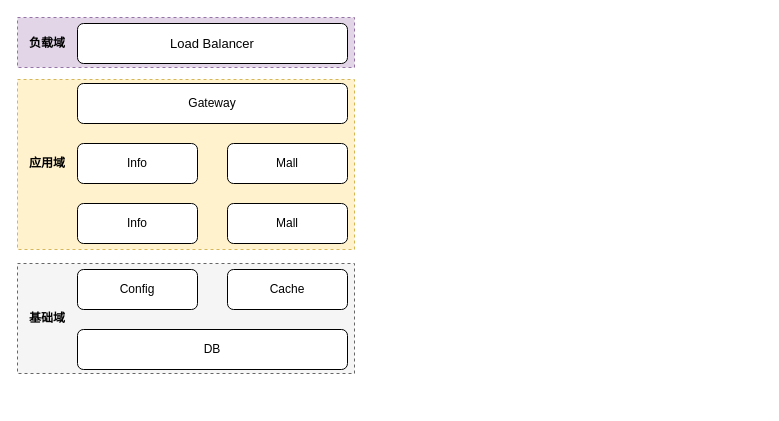
trey03/draw keeps this draw.io diagram as 部署逻辑.drawio. Above is the earlier version. Source tidied: cells renumbered, new cells numbered last; positions are measured from the earlier drawing's top-left corner, leaving out a move shared by most shapes. Both pictures are drawn from the tidied source at 100%, with x=0, y=0 at pixel (17, 17).
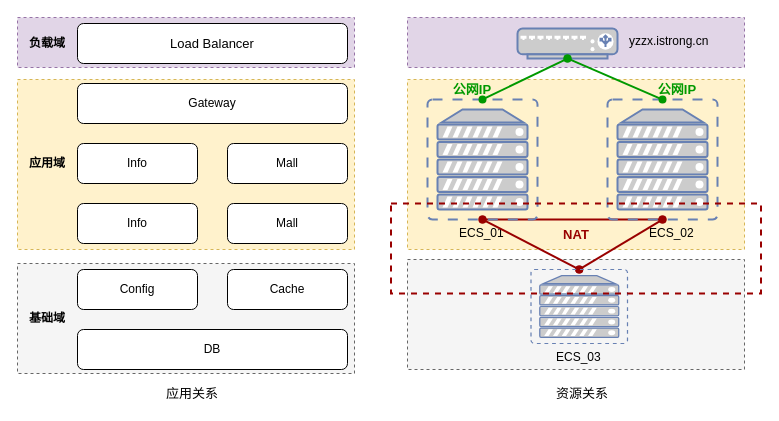
After the change.

Commit message:
更新部署逻辑.drawio

Diff of the diagram source:
```diff
@@
+    <mxCell id="17" style="rounded=0;whiteSpace=wrap;html=1;dashed=1;fillColor=#e1d5e7;strokeColor=#9673a6;" parent="1" vertex="1">
+      <mxGeometry x="390" width="337" height="50" as="geometry" />
+    </mxCell>
+    <mxCell id="18" style="rounded=0;whiteSpace=wrap;html=1;dashed=1;fillColor=#fff2cc;strokeColor=#d6b656;" parent="1" vertex="1">
+      <mxGeometry x="390" y="62" width="337" height="170" as="geometry" />
+    </mxCell>
+    <mxCell id="19" value="&lt;span style=&quot;font-family: Helvetica; font-size: 12px; font-style: normal; font-variant-ligatures: normal; font-variant-caps: normal; font-weight: 400; letter-spacing: normal; orphans: 2; text-align: center; text-indent: 0px; text-transform: none; widows: 2; word-spacing: 0px; -webkit-text-stroke-width: 0px; text-decoration-style: initial; text-decoration-color: initial; float: none; display: inline !important;&quot;&gt;yzzx.istrong.cn&lt;/span&gt;" style="text;whiteSpace=wrap;html=1;" parent="1" vertex="1">
+      <mxGeometry x="610" y="10" width="100" height="30" as="geometry" />
+    </mxCell>
+    <mxCell id="20" style="fontColor=#0066CC;verticalAlign=top;verticalLabelPosition=bottom;labelPosition=center;align=center;html=1;outlineConnect=0;fillColor=#CCCCCC;strokeColor=#6881B3;gradientColor=none;gradientDirection=north;strokeWidth=2;shape=mxgraph.networks.load_balancer;" parent="1" vertex="1">
+      <mxGeometry x="500" y="11" width="100" height="30" as="geometry" />
+    </mxCell>
+    <mxCell id="21" value="&lt;span style=&quot;font-family: &amp;#34;helvetica&amp;#34; ; font-size: 12px ; font-style: normal ; font-weight: 400 ; letter-spacing: normal ; text-align: center ; text-indent: 0px ; text-transform: none ; word-spacing: 0px ; float: none ; display: inline&quot;&gt;ECS_01&lt;/span&gt;" style="text;whiteSpace=wrap;html=1;" parent="1" vertex="1">
+      <mxGeometry x="440" y="202" width="50" height="30" as="geometry" />
+    </mxCell>
+    <mxCell id="22" value="&lt;span style=&quot;font-family: &amp;#34;helvetica&amp;#34; ; font-size: 12px ; font-style: normal ; font-weight: 400 ; letter-spacing: normal ; text-align: center ; text-indent: 0px ; text-transform: none ; word-spacing: 0px ; float: none ; display: inline&quot;&gt;ECS_02&lt;/span&gt;" style="text;whiteSpace=wrap;html=1;" parent="1" vertex="1">
+      <mxGeometry x="630" y="202" width="50" height="30" as="geometry" />
+    </mxCell>
+    <mxCell id="23" style="rounded=0;whiteSpace=wrap;html=1;dashed=1;fillColor=#f5f5f5;strokeColor=#666666;fontColor=#333333;" parent="1" vertex="1">
+      <mxGeometry x="390" y="242" width="337" height="110" as="geometry" />
+    </mxCell>
+    <mxCell id="24" style="edgeStyle=none;rounded=0;jettySize=auto;html=1;exitX=0.5;exitY=1;exitDx=0;exitDy=0;exitPerimeter=0;entryX=0.5;entryY=0;entryDx=0;entryDy=0;entryPerimeter=0;startArrow=oval;startFill=1;endArrow=oval;endFill=1;strokeColor=#990000;strokeWidth=2;fontSize=13;fontColor=#990000;" parent="1" edge="1" source="26" target="29">
+      <mxGeometry relative="1" as="geometry" />
+    </mxCell>
+    <mxCell id="25" style="edgeStyle=none;rounded=0;jettySize=auto;html=1;exitX=0.5;exitY=1;exitDx=0;exitDy=0;exitPerimeter=0;entryX=0.5;entryY=1;entryDx=0;entryDy=0;entryPerimeter=0;startArrow=oval;startFill=1;endArrow=oval;endFill=1;strokeColor=#990000;strokeWidth=2;fontSize=13;fontColor=#990000;" parent="1" edge="1" source="26" target="28">
+      <mxGeometry relative="1" as="geometry" />
+    </mxCell>
+    <mxCell id="26" style="fontColor=#0066CC;verticalAlign=top;verticalLabelPosition=bottom;labelPosition=center;align=center;html=1;outlineConnect=0;fillColor=#CCCCCC;strokeColor=#6881B3;gradientColor=none;gradientDirection=north;strokeWidth=2;shape=mxgraph.networks.virtual_server;" parent="1" vertex="1">
+      <mxGeometry x="410" y="82" width="110" height="120" as="geometry" />
+    </mxCell>
+    <mxCell id="27" style="edgeStyle=none;rounded=0;jettySize=auto;html=1;exitX=0.5;exitY=1;exitDx=0;exitDy=0;exitPerimeter=0;entryX=0.5;entryY=0;entryDx=0;entryDy=0;entryPerimeter=0;startArrow=oval;startFill=1;endArrow=oval;endFill=1;strokeColor=#990000;strokeWidth=2;fontSize=13;fontColor=#990000;" parent="1" edge="1" source="28" target="29">
+      <mxGeometry relative="1" as="geometry" />
+    </mxCell>
+    <mxCell id="28" style="fontColor=#0066CC;verticalAlign=top;verticalLabelPosition=bottom;labelPosition=center;align=center;html=1;outlineConnect=0;fillColor=#CCCCCC;strokeColor=#6881B3;gradientColor=none;gradientDirection=north;strokeWidth=2;shape=mxgraph.networks.virtual_server;" parent="1" vertex="1">
+      <mxGeometry x="590" y="82" width="110" height="120" as="geometry" />
+    </mxCell>
+    <mxCell id="29" style="fontColor=#0066CC;verticalAlign=top;verticalLabelPosition=bottom;labelPosition=center;align=center;html=1;outlineConnect=0;fillColor=#CCCCCC;strokeColor=#6881B3;gradientColor=none;gradientDirection=north;strokeWidth=2;shape=mxgraph.networks.virtual_server;" parent="1" vertex="1">
+      <mxGeometry x="513.5" y="252" width="96.5" height="74" as="geometry" />
+    </mxCell>
+    <mxCell id="30" value="&lt;span style=&quot;font-family: &amp;#34;helvetica&amp;#34; ; font-size: 12px ; font-style: normal ; font-weight: 400 ; letter-spacing: normal ; text-align: center ; text-indent: 0px ; text-transform: none ; word-spacing: 0px ; float: none ; display: inline&quot;&gt;ECS_03&lt;/span&gt;" style="text;whiteSpace=wrap;html=1;" parent="1" vertex="1">
+      <mxGeometry x="536.8" y="326" width="50" height="30" as="geometry" />
+    </mxCell>
+    <mxCell id="31" value="NAT" style="text;html=1;strokeColor=none;fillColor=none;align=center;verticalAlign=middle;whiteSpace=wrap;rounded=0;dashed=1;fontColor=#990000;fontStyle=1;fontSize=13;" parent="1" vertex="1">
+      <mxGeometry x="538.5" y="207" width="40" height="20" as="geometry" />
+    </mxCell>
+    <mxCell id="32" style="rounded=0;jettySize=auto;html=1;exitX=0.5;exitY=1;exitDx=0;exitDy=0;exitPerimeter=0;entryX=0.5;entryY=0;entryDx=0;entryDy=0;entryPerimeter=0;endArrow=oval;endFill=1;startArrow=oval;startFill=1;strokeColor=#009900;strokeWidth=2;" parent="1" edge="1" source="20" target="26">
+      <mxGeometry relative="1" as="geometry" />
+    </mxCell>
+    <mxCell id="33" style="edgeStyle=none;rounded=0;jettySize=auto;html=1;entryX=0.5;entryY=0;entryDx=0;entryDy=0;entryPerimeter=0;endArrow=oval;endFill=1;startArrow=oval;startFill=1;strokeColor=#009900;strokeWidth=2;" parent="1" edge="1" target="28">
+      <mxGeometry relative="1" as="geometry">
+        <mxPoint x="550" y="41" as="sourcePoint" />
+      </mxGeometry>
+    </mxCell>
+    <mxCell id="34" value="公网IP" style="text;html=1;strokeColor=none;fillColor=none;align=center;verticalAlign=middle;whiteSpace=wrap;rounded=0;dashed=1;fontColor=#009900;fontStyle=1;fontSize=13;" parent="1" vertex="1">
+      <mxGeometry x="430" y="62" width="50" height="20" as="geometry" />
+    </mxCell>
+    <mxCell id="35" value="公网IP" style="text;html=1;strokeColor=none;fillColor=none;align=center;verticalAlign=middle;whiteSpace=wrap;rounded=0;dashed=1;fontColor=#009900;fontStyle=1;fontSize=13;" parent="1" vertex="1">
+      <mxGeometry x="635" y="62" width="50" height="20" as="geometry" />
+    </mxCell>
+    <mxCell id="36" style="verticalLabelPosition=bottom;verticalAlign=top;html=1;shape=mxgraph.basic.rect;fillColor2=none;strokeWidth=2;size=20;indent=5;strokeColor=#990000;dashed=1;fillColor=none;" parent="1" vertex="1">
+      <mxGeometry x="373.5" y="186" width="370" height="90" as="geometry" />
+    </mxCell>
+    <mxCell id="37" value="应用关系" style="text;html=1;strokeColor=none;fillColor=none;align=center;verticalAlign=middle;whiteSpace=wrap;rounded=0;dashed=1;fontSize=13;fontColor=#000000;" parent="1" vertex="1">
+      <mxGeometry x="140" y="366" width="70" height="20" as="geometry" />
+    </mxCell>
+    <mxCell id="38" value="资源关系" style="text;html=1;strokeColor=none;fillColor=none;align=center;verticalAlign=middle;whiteSpace=wrap;rounded=0;dashed=1;fontSize=13;fontColor=#000000;" parent="1" vertex="1">
+      <mxGeometry x="530" y="366" width="70" height="20" as="geometry" />
+    </mxCell>
```
